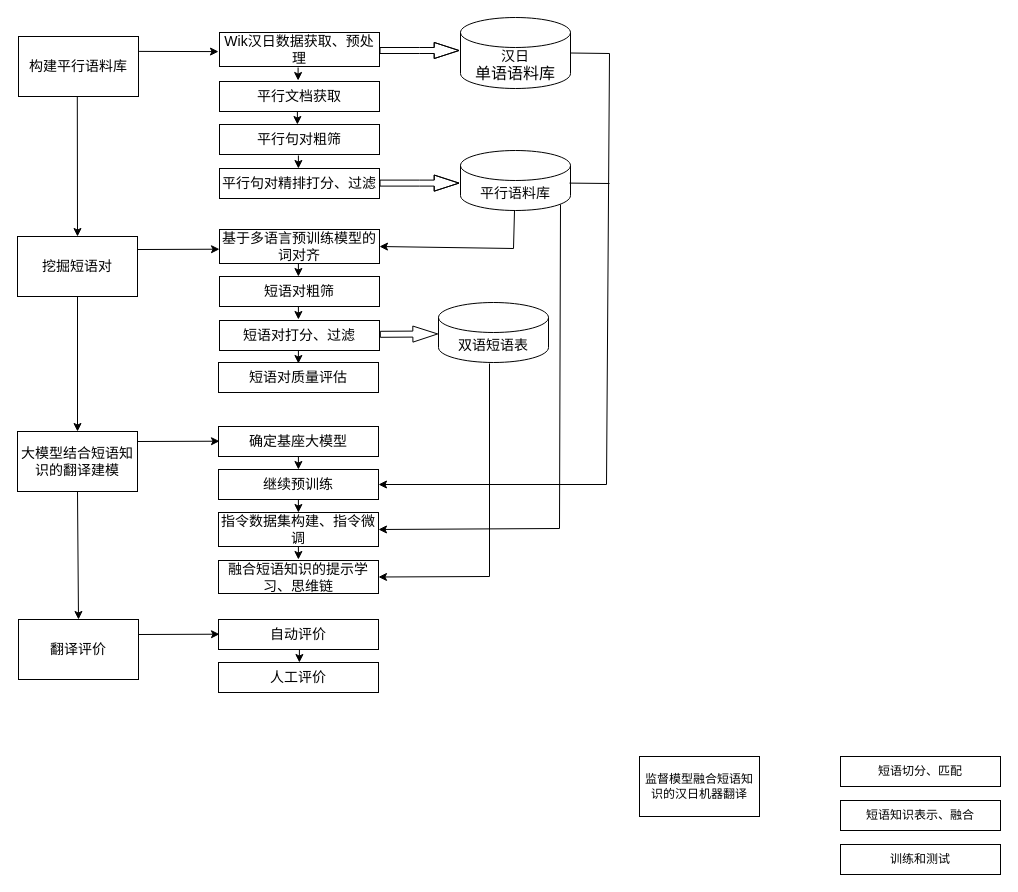
This is 2024教育部社科项目.drawio from lizezhonglaile/drawio, a draw.io file, before an edit. Source tidied: cells renumbered, new cells numbered last; positions are measured from the earlier drawing's top-left corner, leaving out a move shared by most shapes. Both pictures are drawn from the tidied source at 100%, with x=0, y=0 at pixel (17, 17).
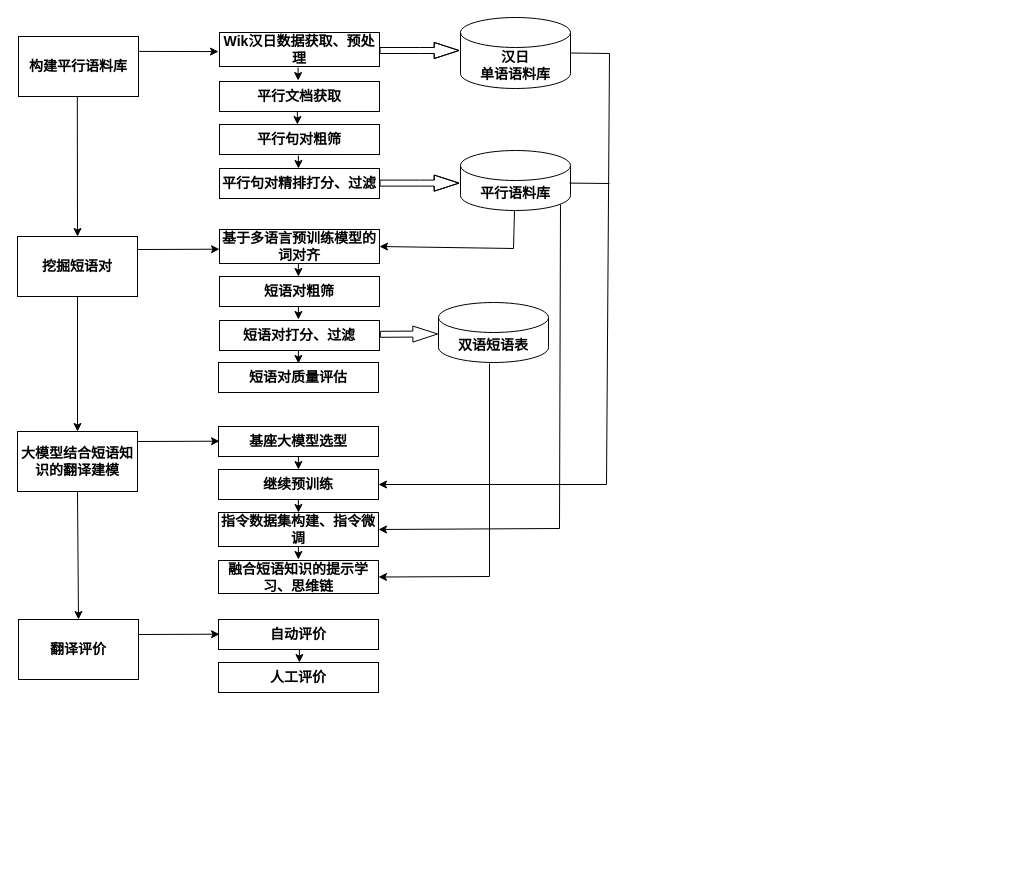
The same diagram, later.

Commit message:
更新2024教育部社科项目.drawio

What changed in the source:
```diff
@@
-    <mxCell id="2" value="&lt;font style=&quot;font-size: 14px;&quot;&gt;平行文档获取&lt;/font&gt;" style="rounded=0;whiteSpace=wrap;html=1;" parent="1" vertex="1">
+    <mxCell id="2" value="&lt;font style=&quot;font-size: 14px;&quot;&gt;&lt;b&gt;平行文档获取&lt;/b&gt;&lt;/font&gt;" style="rounded=0;whiteSpace=wrap;html=1;" parent="1" vertex="1">
       <mxGeometry x="202" y="64" width="160" height="30" as="geometry" />
     </mxCell>
-    <mxCell id="3" value="&lt;font style=&quot;font-size: 14px;&quot;&gt;挖掘短语对&lt;/font&gt;" style="rounded=0;whiteSpace=wrap;html=1;" parent="1" vertex="1">
+    <mxCell id="3" value="&lt;font style=&quot;font-size: 14px;&quot;&gt;&lt;b&gt;挖掘短语对&lt;/b&gt;&lt;/font&gt;" style="rounded=0;whiteSpace=wrap;html=1;" parent="1" vertex="1">
       <mxGeometry y="219" width="120" height="60" as="geometry" />
     </mxCell>
-    <mxCell id="4" value="监督模型融合短语知识的汉日机器翻译" style="rounded=0;whiteSpace=wrap;html=1;" parent="1" vertex="1">
-      <mxGeometry x="622" y="739" width="120" height="60" as="geometry" />
-    </mxCell>
-    <mxCell id="5" value="&lt;font style=&quot;font-size: 14px;&quot;&gt;大模型结合短语知识的翻译建模&lt;/font&gt;" style="rounded=0;whiteSpace=wrap;html=1;" parent="1" vertex="1">
+    <mxCell id="5" value="&lt;font style=&quot;font-size: 14px;&quot;&gt;&lt;b&gt;大模型结合短语知识的翻译建模&lt;/b&gt;&lt;/font&gt;" style="rounded=0;whiteSpace=wrap;html=1;" parent="1" vertex="1">
       <mxGeometry y="414" width="120" height="60" as="geometry" />
     </mxCell>
-    <mxCell id="6" value="&lt;font style=&quot;font-size: 14px;&quot;&gt;构建平行语料库&lt;/font&gt;" style="rounded=0;whiteSpace=wrap;html=1;" parent="1" vertex="1">
+    <mxCell id="6" value="&lt;font style=&quot;font-size: 14px;&quot;&gt;&lt;b&gt;构建平行语料库&lt;/b&gt;&lt;/font&gt;" style="rounded=0;whiteSpace=wrap;html=1;" parent="1" vertex="1">
       <mxGeometry x="1" y="19" width="120" height="60" as="geometry" />
     </mxCell>
-    <mxCell id="7" value="&lt;font style=&quot;font-size: 14px;&quot;&gt;平行句对粗筛&lt;/font&gt;" style="rounded=0;whiteSpace=wrap;html=1;" parent="1" vertex="1">
+    <mxCell id="7" value="&lt;font style=&quot;font-size: 14px;&quot;&gt;&lt;b&gt;平行句对粗筛&lt;/b&gt;&lt;/font&gt;" style="rounded=0;whiteSpace=wrap;html=1;" parent="1" vertex="1">
       <mxGeometry x="202" y="107" width="160" height="30" as="geometry" />
     </mxCell>
-    <mxCell id="8" value="&lt;font style=&quot;font-size: 14px;&quot;&gt;平行句对精排打分、过滤&lt;/font&gt;" style="rounded=0;whiteSpace=wrap;html=1;" parent="1" vertex="1">
+    <mxCell id="8" value="&lt;font style=&quot;font-size: 14px;&quot;&gt;&lt;b&gt;平行句对精排打分、过滤&lt;/b&gt;&lt;/font&gt;" style="rounded=0;whiteSpace=wrap;html=1;" parent="1" vertex="1">
       <mxGeometry x="202" y="151" width="160" height="30" as="geometry" />
     </mxCell>
-    <mxCell id="9" value="&lt;font style=&quot;font-size: 14px;&quot;&gt;平行语料库&lt;/font&gt;" style="shape=cylinder3;whiteSpace=wrap;html=1;boundedLbl=1;backgroundOutline=1;size=15;" parent="1" vertex="1">
+    <mxCell id="9" value="&lt;font style=&quot;font-size: 14px;&quot;&gt;&lt;b&gt;平行语料库&lt;/b&gt;&lt;/font&gt;" style="shape=cylinder3;whiteSpace=wrap;html=1;boundedLbl=1;backgroundOutline=1;size=15;" parent="1" vertex="1">
       <mxGeometry x="443" y="133" width="110" height="60" as="geometry" />
     </mxCell>
-    <mxCell id="10" value="&lt;font style=&quot;font-size: 14px;&quot;&gt;Wik汉日数据获取、预处理&lt;/font&gt;" style="rounded=0;whiteSpace=wrap;html=1;" parent="1" vertex="1">
+    <mxCell id="10" value="&lt;font style=&quot;font-size: 14px;&quot;&gt;&lt;b&gt;Wik汉日数据获取、预处理&lt;/b&gt;&lt;/font&gt;" style="rounded=0;whiteSpace=wrap;html=1;" parent="1" vertex="1">
       <mxGeometry x="202" y="15" width="160" height="34" as="geometry" />
     </mxCell>
-    <mxCell id="11" value="&lt;font style=&quot;font-size: 14px;&quot;&gt;汉日&lt;/font&gt;&lt;div&gt;&lt;font size=&quot;3&quot;&gt;单语语料库&lt;/font&gt;&lt;/div&gt;" style="shape=cylinder3;whiteSpace=wrap;html=1;boundedLbl=1;backgroundOutline=1;size=15;" parent="1" vertex="1">
+    <mxCell id="11" value="&lt;font style=&quot;font-size: 14px;&quot;&gt;&lt;b style=&quot;&quot;&gt;汉日&lt;/b&gt;&lt;/font&gt;&lt;div style=&quot;font-size: 14px;&quot;&gt;&lt;b style=&quot;&quot;&gt;&lt;font style=&quot;font-size: 14px;&quot;&gt;单语语料库&lt;/font&gt;&lt;/b&gt;&lt;/div&gt;" style="shape=cylinder3;whiteSpace=wrap;html=1;boundedLbl=1;backgroundOutline=1;size=15;" parent="1" vertex="1">
       <mxGeometry x="443" width="110" height="71" as="geometry" />
     </mxCell>
@@
-    <mxCell id="14" value="&lt;font style=&quot;font-size: 14px;&quot;&gt;基于多语言预训练模型的词对齐&lt;/font&gt;" style="rounded=0;whiteSpace=wrap;html=1;" parent="1" vertex="1">
+    <mxCell id="14" value="&lt;font style=&quot;font-size: 14px;&quot;&gt;&lt;b&gt;基于多语言预训练模型的词对齐&lt;/b&gt;&lt;/font&gt;" style="rounded=0;whiteSpace=wrap;html=1;" parent="1" vertex="1">
       <mxGeometry x="202" y="212" width="160" height="34" as="geometry" />
     </mxCell>
-    <mxCell id="15" value="&lt;font style=&quot;font-size: 14px;&quot;&gt;短语对粗筛&lt;/font&gt;" style="rounded=0;whiteSpace=wrap;html=1;" parent="1" vertex="1">
+    <mxCell id="15" value="&lt;font style=&quot;font-size: 14px;&quot;&gt;&lt;b&gt;短语对粗筛&lt;/b&gt;&lt;/font&gt;" style="rounded=0;whiteSpace=wrap;html=1;" parent="1" vertex="1">
       <mxGeometry x="202" y="259" width="160" height="30" as="geometry" />
     </mxCell>
-    <mxCell id="16" value="&lt;font style=&quot;font-size: 14px;&quot;&gt;短语对打分、过滤&lt;/font&gt;" style="rounded=0;whiteSpace=wrap;html=1;" parent="1" vertex="1">
+    <mxCell id="16" value="&lt;font style=&quot;font-size: 14px;&quot;&gt;&lt;b&gt;短语对打分、过滤&lt;/b&gt;&lt;/font&gt;" style="rounded=0;whiteSpace=wrap;html=1;" parent="1" vertex="1">
       <mxGeometry x="202" y="303" width="160" height="30" as="geometry" />
     </mxCell>
-    <mxCell id="17" value="&lt;font style=&quot;font-size: 14px;&quot;&gt;双语短语表&lt;/font&gt;" style="shape=cylinder3;whiteSpace=wrap;html=1;boundedLbl=1;backgroundOutline=1;size=15;" parent="1" vertex="1">
+    <mxCell id="17" value="&lt;font style=&quot;font-size: 14px;&quot;&gt;&lt;b&gt;双语短语表&lt;/b&gt;&lt;/font&gt;" style="shape=cylinder3;whiteSpace=wrap;html=1;boundedLbl=1;backgroundOutline=1;size=15;" parent="1" vertex="1">
       <mxGeometry x="421" y="285" width="110" height="60" as="geometry" />
     </mxCell>
@@
-    <mxCell id="19" value="短语切分、匹配" style="rounded=0;whiteSpace=wrap;html=1;" parent="1" vertex="1">
-      <mxGeometry x="823" y="739" width="160" height="30" as="geometry" />
-    </mxCell>
-    <mxCell id="20" value="短语知识表示、融合" style="rounded=0;whiteSpace=wrap;html=1;" parent="1" vertex="1">
-      <mxGeometry x="823" y="783" width="160" height="30" as="geometry" />
-    </mxCell>
-    <mxCell id="21" value="训练和测试" style="rounded=0;whiteSpace=wrap;html=1;" parent="1" vertex="1">
-      <mxGeometry x="823" y="827" width="160" height="30" as="geometry" />
-    </mxCell>
-    <mxCell id="22" value="&lt;font style=&quot;font-size: 14px;&quot;&gt;指令数据集构建、指令微调&lt;/font&gt;" style="rounded=0;whiteSpace=wrap;html=1;" parent="1" vertex="1">
+    <mxCell id="22" value="&lt;font style=&quot;font-size: 14px;&quot;&gt;&lt;b&gt;指令数据集构建、指令微调&lt;/b&gt;&lt;/font&gt;" style="rounded=0;whiteSpace=wrap;html=1;" parent="1" vertex="1">
       <mxGeometry x="201" y="495" width="160" height="34" as="geometry" />
     </mxCell>
-    <mxCell id="23" value="&lt;font style=&quot;font-size: 14px;&quot;&gt;融合短语知识的提示学习、思维链&lt;/font&gt;" style="rounded=0;whiteSpace=wrap;html=1;" parent="1" vertex="1">
+    <mxCell id="23" value="&lt;font style=&quot;font-size: 14px;&quot;&gt;&lt;b&gt;融合短语知识的提示学习、思维链&lt;/b&gt;&lt;/font&gt;" style="rounded=0;whiteSpace=wrap;html=1;" parent="1" vertex="1">
       <mxGeometry x="201" y="543" width="160" height="33" as="geometry" />
     </mxCell>
-    <mxCell id="24" value="&lt;font style=&quot;font-size: 14px;&quot;&gt;确定基座大模型&lt;/font&gt;" style="rounded=0;whiteSpace=wrap;html=1;" parent="1" vertex="1">
+    <mxCell id="24" value="&lt;font style=&quot;font-size: 14px;&quot;&gt;&lt;b&gt;基座大模型选型&lt;/b&gt;&lt;/font&gt;" style="rounded=0;whiteSpace=wrap;html=1;" parent="1" vertex="1">
       <mxGeometry x="201" y="409" width="160" height="30" as="geometry" />
     </mxCell>
-    <mxCell id="25" value="&lt;font style=&quot;font-size: 14px;&quot;&gt;继续预训练&lt;/font&gt;" style="rounded=0;whiteSpace=wrap;html=1;" parent="1" vertex="1">
+    <mxCell id="25" value="&lt;font style=&quot;font-size: 14px;&quot;&gt;&lt;b&gt;继续预训练&lt;/b&gt;&lt;/font&gt;" style="rounded=0;whiteSpace=wrap;html=1;" parent="1" vertex="1">
       <mxGeometry x="201" y="452" width="160" height="30" as="geometry" />
     </mxCell>
-    <mxCell id="26" value="&lt;font style=&quot;font-size: 14px;&quot;&gt;翻译评价&lt;/font&gt;" style="rounded=0;whiteSpace=wrap;html=1;" parent="1" vertex="1">
+    <mxCell id="26" value="&lt;font style=&quot;font-size: 14px;&quot;&gt;&lt;b&gt;翻译评价&lt;/b&gt;&lt;/font&gt;" style="rounded=0;whiteSpace=wrap;html=1;" parent="1" vertex="1">
       <mxGeometry x="1" y="602" width="120" height="60" as="geometry" />
     </mxCell>
-    <mxCell id="27" value="&lt;font style=&quot;font-size: 14px;&quot;&gt;短语对质量评估&lt;/font&gt;" style="rounded=0;whiteSpace=wrap;html=1;" parent="1" vertex="1">
+    <mxCell id="27" value="&lt;font style=&quot;font-size: 14px;&quot;&gt;&lt;b&gt;短语对质量评估&lt;/b&gt;&lt;/font&gt;" style="rounded=0;whiteSpace=wrap;html=1;" parent="1" vertex="1">
       <mxGeometry x="201" y="345" width="160" height="30" as="geometry" />
     </mxCell>
-    <mxCell id="28" value="&lt;font style=&quot;font-size: 14px;&quot;&gt;人工评价&lt;/font&gt;" style="rounded=0;whiteSpace=wrap;html=1;" parent="1" vertex="1">
+    <mxCell id="28" value="&lt;font style=&quot;font-size: 14px;&quot;&gt;&lt;b&gt;人工评价&lt;/b&gt;&lt;/font&gt;" style="rounded=0;whiteSpace=wrap;html=1;" parent="1" vertex="1">
       <mxGeometry x="201" y="645" width="160" height="30" as="geometry" />
     </mxCell>
-    <mxCell id="29" value="&lt;font style=&quot;font-size: 14px;&quot;&gt;自动评价&lt;/font&gt;" style="rounded=0;whiteSpace=wrap;html=1;" parent="1" vertex="1">
+    <mxCell id="29" value="&lt;font style=&quot;font-size: 14px;&quot;&gt;&lt;b&gt;自动评价&lt;/b&gt;&lt;/font&gt;" style="rounded=0;whiteSpace=wrap;html=1;" parent="1" vertex="1">
       <mxGeometry x="201" y="602" width="160" height="30" as="geometry" />
     </mxCell>
```
